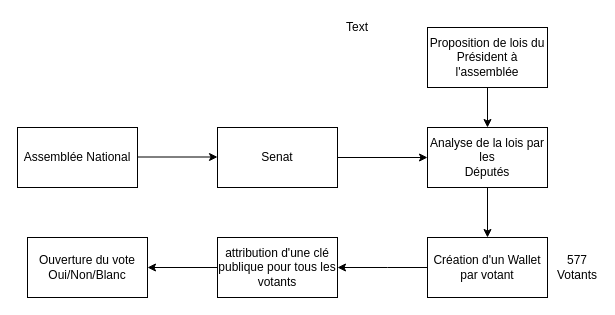
The draw.io diagram Untitled Diagram.drawio in Aissadr/TP2, before the edit. Source tidied: cells renumbered, new cells numbered last; positions are measured from the earlier drawing's top-left corner, leaving out a move shared by most shapes. Both pictures are drawn from the tidied source at 100%, with x=0, y=0 at pixel (17, 17).
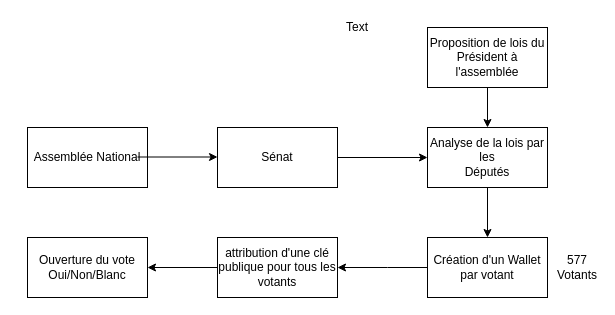
The same diagram, later.

Diff of the diagram source:
```diff
@@
     <mxCell id="2" value="Assemblée National" style="rounded=0;whiteSpace=wrap;html=1;" parent="1" vertex="1">
-      <mxGeometry y="110" width="120" height="60" as="geometry" />
+      <mxGeometry x="10" y="110" width="120" height="60" as="geometry" />
     </mxCell>
@@
-    <mxCell id="4" value="Senat" style="rounded=0;whiteSpace=wrap;html=1;" parent="1" vertex="1">
+    <mxCell id="4" value="&lt;div&gt;Sénat&lt;/div&gt;" style="rounded=0;whiteSpace=wrap;html=1;" parent="1" vertex="1">
       <mxGeometry x="200" y="110" width="120" height="60" as="geometry" />
     </mxCell>
```
